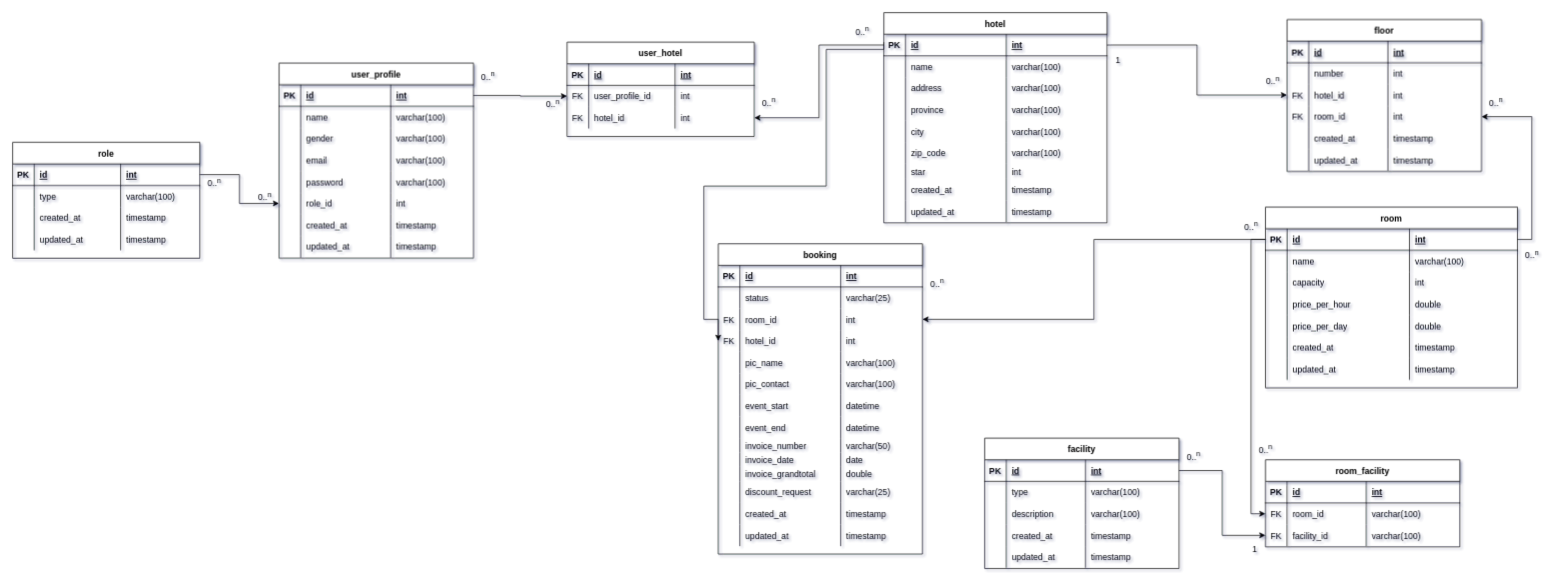
Before: page "NEW ERD Master" (4 of 4) of entity_relationship_diagram/Booking_hotel.drawio in ariejanuarb/hotel_booking, a draw.io diagram. Source tidied: cells renumbered, new cells numbered last; positions are measured from the earlier drawing's top-left corner, leaving out a move shared by most shapes. Both pictures are drawn from the tidied source at 72%, with x=0, y=0 at pixel (12, 12).
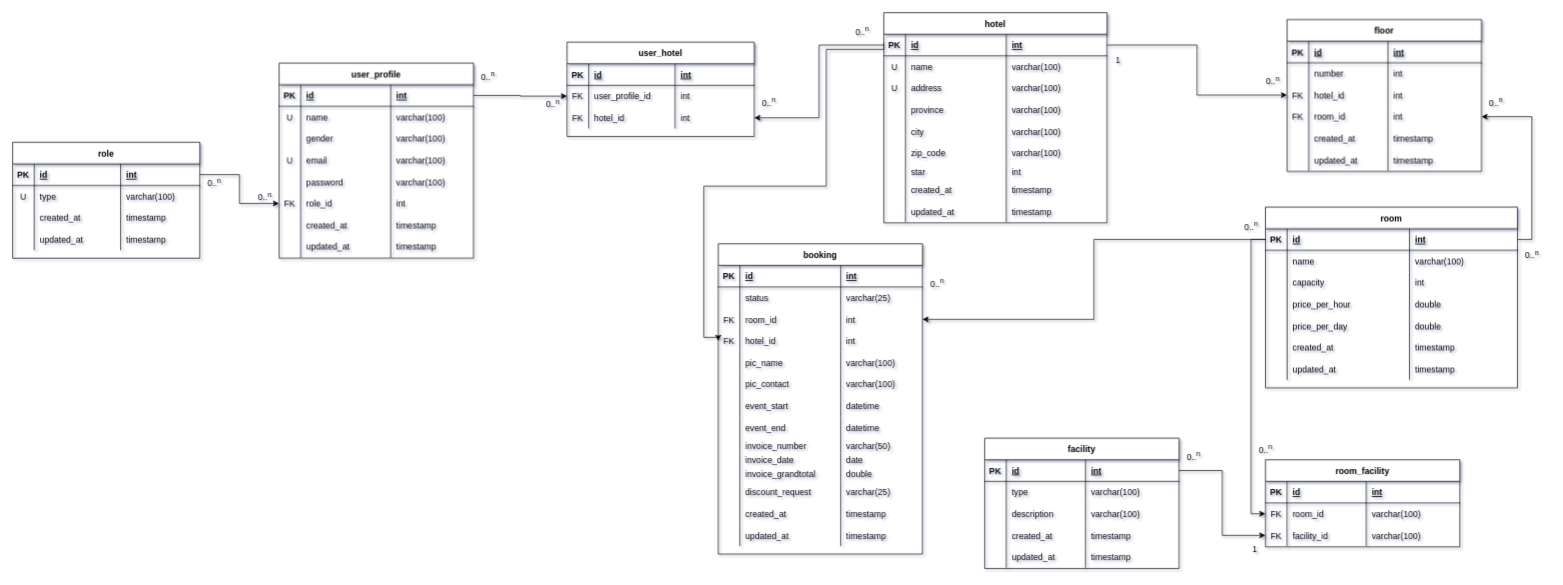
The same diagram, later.

Unchanged cells that the change refers to:
```xml
<mxCell id="7" style="shape=partialRectangle;fillColor=none;top=0;left=0;right=0;bottom=0;" parent="2" vertex="1">
  <mxGeometry y="60" width="260" height="30" as="geometry" />
</mxCell>
<mxCell id="24" style="shape=partialRectangle;fillColor=none;top=0;left=0;right=0;bottom=0;" parent="19" vertex="1">
  <mxGeometry y="60" width="270" height="30" as="geometry" />
</mxCell>
<mxCell id="32" style="shape=partialRectangle;fillColor=none;top=0;left=0;right=0;bottom=0;" parent="19" vertex="1">
  <mxGeometry y="120" width="270" height="30" as="geometry" />
</mxCell>
<mxCell id="40" style="shape=partialRectangle;fillColor=none;points=[[0,0.5],[1,0.5]];portConstraint=eastwest;top=0;left=0;right=0;bottom=0;" parent="19" vertex="1">
  <mxGeometry y="180" width="270" height="30" as="geometry" />
</mxCell>
<mxCell id="111" style="shape=partialRectangle;fillColor=none;top=0;left=0;right=0;bottom=0;" parent="106" vertex="1">
  <mxGeometry y="60" width="310" height="30" as="geometry" />
</mxCell>
<mxCell id="115" style="shape=partialRectangle;fillColor=none;top=0;left=0;right=0;bottom=0;" parent="106" vertex="1">
  <mxGeometry y="90" width="310" height="30" as="geometry" />
</mxCell>
<mxCell id="159" style="shape=partialRectangle;fillColor=none;points=[[0,0.5],[1,0.5]];portConstraint=eastwest;top=0;left=0;right=0;bottom=0;" parent="146" vertex="1">
  <mxGeometry y="120" width="283.6" height="30" as="geometry" />
</mxCell>
```

Diff of the diagram source:
```diff
@@
-    <mxCell id="8" style="shape=partialRectangle;overflow=hidden;fillColor=none;top=0;left=0;bottom=0;right=0;" parent="7" vertex="1">
+    <mxCell id="8" value="U" style="shape=partialRectangle;overflow=hidden;fillColor=none;top=0;left=0;bottom=0;right=0;" parent="7" vertex="1">
       <mxGeometry width="30" height="30" as="geometry" />
     </mxCell>
@@
-    <mxCell id="25" style="shape=partialRectangle;overflow=hidden;fillColor=none;top=0;left=0;bottom=0;right=0;" parent="24" vertex="1">
+    <mxCell id="25" value="U" style="shape=partialRectangle;overflow=hidden;fillColor=none;top=0;left=0;bottom=0;right=0;" parent="24" vertex="1">
       <mxGeometry width="30" height="30" as="geometry" />
     </mxCell>
@@
-    <mxCell id="33" style="shape=partialRectangle;overflow=hidden;fillColor=none;top=0;left=0;bottom=0;right=0;" parent="32" vertex="1">
+    <mxCell id="33" value="U" style="shape=partialRectangle;overflow=hidden;fillColor=none;top=0;left=0;bottom=0;right=0;" parent="32" vertex="1">
       <mxGeometry width="30" height="30" as="geometry" />
     </mxCell>
@@
-    <mxCell id="41" style="shape=partialRectangle;overflow=hidden;fillColor=none;top=0;left=0;bottom=0;right=0;" parent="40" vertex="1">
+    <mxCell id="41" value="FK" style="shape=partialRectangle;overflow=hidden;fillColor=none;top=0;left=0;bottom=0;right=0;" parent="40" vertex="1">
       <mxGeometry width="30" height="30" as="geometry" />
     </mxCell>
@@
-    <mxCell id="112" style="shape=partialRectangle;overflow=hidden;fillColor=none;top=0;left=0;bottom=0;right=0;" parent="111" vertex="1">
+    <mxCell id="112" value="U" style="shape=partialRectangle;overflow=hidden;fillColor=none;top=0;left=0;bottom=0;right=0;" parent="111" vertex="1">
       <mxGeometry width="30" height="30" as="geometry" />
     </mxCell>
@@
-    <mxCell id="116" style="shape=partialRectangle;overflow=hidden;fillColor=none;top=0;left=0;bottom=0;right=0;" parent="115" vertex="1">
+    <mxCell id="116" value="U" style="shape=partialRectangle;overflow=hidden;fillColor=none;top=0;left=0;bottom=0;right=0;" parent="115" vertex="1">
       <mxGeometry width="30" height="30" as="geometry" />
     </mxCell>
@@
     <mxCell id="270" style="edgeStyle=orthogonalEdgeStyle;rounded=0;jettySize=auto;html=1;entryX=0;entryY=0.5;entryDx=0;entryDy=0;" parent="1" edge="1" target="159">
       <mxGeometry relative="1" as="geometry">
         <mxPoint x="1210" y="41" as="sourcePoint" />
         <Array as="points">
           <mxPoint x="1210" y="51" />
           <mxPoint x="1130" y="51" />
           <mxPoint x="1130" y="241" />
           <mxPoint x="960" y="241" />
-          <mxPoint x="960" y="426" />
+          <mxPoint x="960" y="451" />
+          <mxPoint x="980" y="451" />
         </Array>
       </mxGeometry>
     </mxCell>
```
